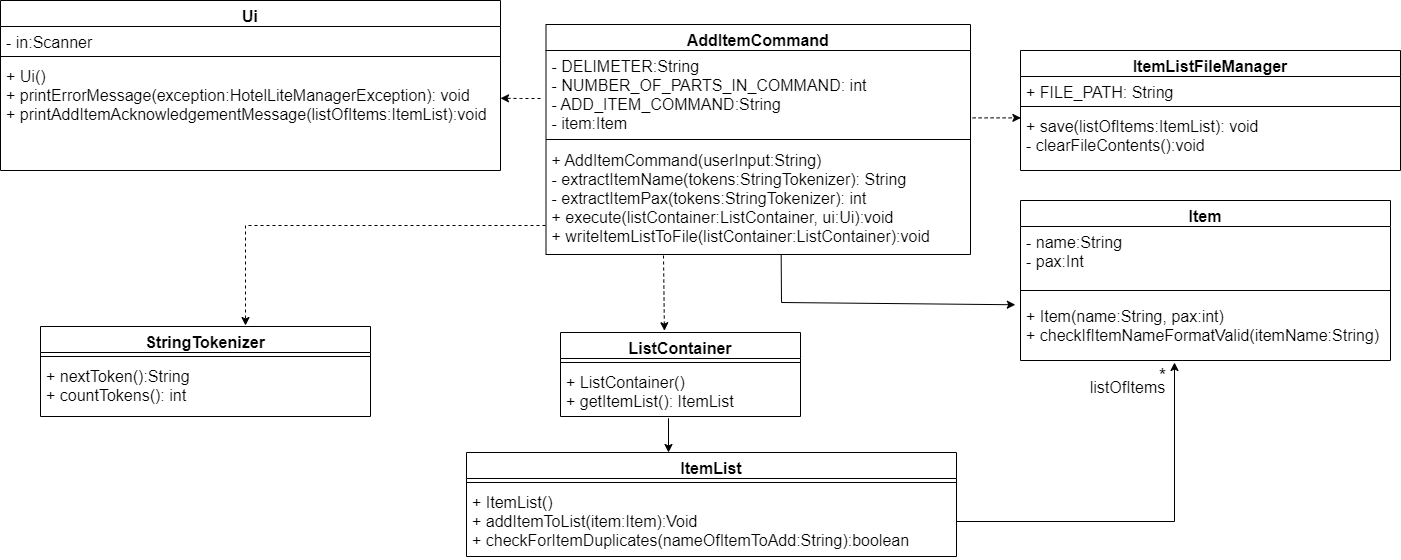
nus-cs2113-AY2122S2/tp keeps this draw.io diagram as docs/team/SiewYangZhi_addItemCommand/AddItemCommandClassDiagram.png. Above is the earlier version. Source tidied: cells renumbered, new cells last; positions are measured from the earlier drawing's top-left corner, leaving out a move shared by most shapes. The source it was exported from:
```xml
<mxGraphModel>
  <root>
    <mxCell id="0" />
    <mxCell id="1" parent="0" />
    <mxCell id="2" value="Item" style="swimlane;fontStyle=1;align=center;verticalAlign=top;horizontal=1;startSize=26;fontSize=16;" parent="1" vertex="1">
      <mxGeometry x="1020" y="200" width="370" height="160" as="geometry" />
    </mxCell>
    <mxCell id="3" value="- name:String&#10;- pax:Int" style="text;strokeColor=none;fillColor=none;align=left;verticalAlign=top;spacingLeft=4;spacingRight=4;overflow=hidden;fontSize=16;" parent="2" vertex="1">
      <mxGeometry y="26" width="370" height="54" as="geometry" />
    </mxCell>
    <mxCell id="4" style="line;strokeWidth=1;fillColor=none;align=left;verticalAlign=middle;spacingTop=-1;spacingLeft=3;spacingRight=3;labelPosition=right;fontSize=16;" parent="2" vertex="1">
      <mxGeometry y="80" width="370" height="20" as="geometry" />
    </mxCell>
    <mxCell id="5" value="+ Item(name:String, pax:int)&#10;+ checkIfItemNameFormatValid(itemName:String)&#10;&#10;" style="text;strokeColor=none;fillColor=none;align=left;verticalAlign=top;spacingLeft=4;spacingRight=4;overflow=hidden;points=[[0,0.5],[1,0.5]];portConstraint=eastwest;fontSize=16;" parent="2" vertex="1">
      <mxGeometry y="100" width="370" height="60" as="geometry" />
    </mxCell>
    <mxCell id="6" style="edgeStyle=orthogonalEdgeStyle;rounded=0;jettySize=auto;html=1;labelBackgroundColor=default;labelBorderColor=none;fontSize=16;exitX=1;exitY=0.5;exitDx=0;exitDy=0;" parent="1" edge="1" source="25">
      <mxGeometry relative="1" as="geometry">
        <mxPoint x="1174" y="362" as="targetPoint" />
        <Array as="points">
          <mxPoint x="1174" y="521" />
        </Array>
      </mxGeometry>
    </mxCell>
    <mxCell id="7" value="&lt;font style=&quot;font-size: 19px;&quot;&gt;*&lt;/font&gt;" style="edgeLabel;html=1;align=center;verticalAlign=middle;fontSize=19;" parent="6" vertex="1">
      <mxGeometry x="0.91" y="1" relative="1" as="geometry">
        <mxPoint x="-11" y="-3" as="offset" />
      </mxGeometry>
    </mxCell>
    <mxCell id="8" value="&lt;font style=&quot;font-size: 16px&quot;&gt;listOfItems&lt;/font&gt;" style="edgeLabel;html=1;align=center;verticalAlign=middle;fontSize=15;" parent="6" vertex="1">
      <mxGeometry x="0.9" relative="1" as="geometry">
        <mxPoint x="-47" y="6" as="offset" />
      </mxGeometry>
    </mxCell>
    <mxCell id="9" value="Ui" style="swimlane;fontStyle=1;align=center;verticalAlign=top;horizontal=1;startSize=26;fontSize=16;" parent="1" vertex="1">
      <mxGeometry width="500" height="170" as="geometry" />
    </mxCell>
    <mxCell id="10" value="- in:Scanner" style="text;strokeColor=none;fillColor=none;align=left;verticalAlign=top;spacingLeft=4;spacingRight=4;overflow=hidden;fontSize=16;" parent="9" vertex="1">
      <mxGeometry y="26" width="500" height="26" as="geometry" />
    </mxCell>
    <mxCell id="11" style="line;strokeWidth=1;fillColor=none;align=left;verticalAlign=middle;spacingTop=-1;spacingLeft=3;spacingRight=3;labelPosition=right;fontSize=16;" parent="9" vertex="1">
      <mxGeometry y="52" width="500" height="8" as="geometry" />
    </mxCell>
    <mxCell id="12" value="+ Ui()&#10;+ printErrorMessage(exception:HotelLiteManagerException): void&#10;+ printAddItemAcknowledgementMessage(listOfItems:ItemList):void&#10;" style="text;strokeColor=none;fillColor=none;align=left;verticalAlign=top;spacingLeft=4;spacingRight=4;overflow=hidden;points=[[0,0.5],[1,0.5]];portConstraint=eastwest;fontSize=16;whiteSpace=wrap;" parent="9" vertex="1">
      <mxGeometry y="60" width="500" height="110" as="geometry" />
    </mxCell>
    <mxCell id="13" style="edgeStyle=orthogonalEdgeStyle;rounded=0;jettySize=auto;html=1;entryX=1;entryY=0.343;entryDx=0;entryDy=0;entryPerimeter=0;labelBackgroundColor=default;labelBorderColor=none;fontSize=16;dashed=1;" parent="1" edge="1" target="12">
      <mxGeometry relative="1" as="geometry">
        <mxPoint x="540" y="98" as="sourcePoint" />
      </mxGeometry>
    </mxCell>
    <mxCell id="14" value="StringTokenizer" style="swimlane;fontStyle=1;align=center;verticalAlign=top;horizontal=1;startSize=26;fontSize=16;" parent="1" vertex="1">
      <mxGeometry x="40" y="326" width="330" height="90" as="geometry" />
    </mxCell>
    <mxCell id="15" style="line;strokeWidth=1;fillColor=none;align=left;verticalAlign=middle;spacingTop=-1;spacingLeft=3;spacingRight=3;labelPosition=right;fontSize=16;" parent="14" vertex="1">
      <mxGeometry y="26" width="330" height="8" as="geometry" />
    </mxCell>
    <mxCell id="16" value="+ nextToken():String&#10;+ countTokens(): int&#10;" style="text;strokeColor=none;fillColor=none;align=left;verticalAlign=top;spacingLeft=4;spacingRight=4;overflow=hidden;fontSize=16;" parent="14" vertex="1">
      <mxGeometry y="34" width="330" height="56" as="geometry" />
    </mxCell>
    <mxCell id="17" style="endArrow=classic;html=1;rounded=0;dashed=1;fontSize=16;" parent="1" edge="1">
      <mxGeometry relative="1" as="geometry">
        <mxPoint x="545" y="225" as="sourcePoint" />
        <mxPoint x="245" y="325" as="targetPoint" />
        <Array as="points">
          <mxPoint x="245" y="225" />
        </Array>
      </mxGeometry>
    </mxCell>
    <mxCell id="18" style="endArrow=classic;html=1;rounded=0;entryX=0.463;entryY=-0.005;entryDx=0;entryDy=0;entryPerimeter=0;exitX=0.463;exitY=1.103;exitDx=0;exitDy=0;exitPerimeter=0;fontSize=16;" parent="1" edge="1">
      <mxGeometry relative="1" as="geometry">
        <mxPoint x="684.9" y="452.7" as="sourcePoint" />
        <mxPoint x="684.9" y="451.6" as="targetPoint" />
      </mxGeometry>
    </mxCell>
    <mxCell id="19" value="AddItemCommand" style="swimlane;fontStyle=1;align=center;verticalAlign=top;horizontal=1;startSize=26;fontSize=16;" parent="1" vertex="1">
      <mxGeometry x="545.5" y="24" width="424.5" height="230" as="geometry" />
    </mxCell>
    <mxCell id="20" value="- DELIMETER:String&#10;- NUMBER_OF_PARTS_IN_COMMAND: int&#10;- ADD_ITEM_COMMAND:String&#10;- item:Item&#10;" style="text;strokeColor=none;fillColor=none;align=left;verticalAlign=top;spacingLeft=4;spacingRight=4;overflow=hidden;points=[[0,0.5],[1,0.5]];portConstraint=eastwest;fontSize=16;" parent="19" vertex="1">
      <mxGeometry y="26" width="424.5" height="84" as="geometry" />
    </mxCell>
    <mxCell id="21" style="line;strokeWidth=1;fillColor=none;align=left;verticalAlign=middle;spacingTop=-1;spacingLeft=3;spacingRight=3;labelPosition=right;fontSize=16;" parent="19" vertex="1">
      <mxGeometry y="110" width="424.5" height="10" as="geometry" />
    </mxCell>
    <mxCell id="22" value="+ AddItemCommand(userInput:String)&#10;- extractItemName(tokens:StringTokenizer): String&#10;- extractItemPax(tokens:StringTokenizer): int&#10;+ execute(listContainer:ListContainer, ui:Ui):void&#10;+ writeItemListToFile(listContainer:ListContainer):void" style="text;strokeColor=none;fillColor=none;align=left;verticalAlign=top;spacingLeft=4;spacingRight=4;overflow=hidden;points=[[0,0.5],[1,0.5]];portConstraint=eastwest;fontSize=16;" parent="19" vertex="1">
      <mxGeometry y="120" width="424.5" height="110" as="geometry" />
    </mxCell>
    <mxCell id="23" value="ItemList" style="swimlane;fontStyle=1;align=center;verticalAlign=top;horizontal=1;startSize=26;fontSize=16;" parent="1" vertex="1">
      <mxGeometry x="466" y="452" width="490" height="104" as="geometry" />
    </mxCell>
    <mxCell id="24" style="line;strokeWidth=1;fillColor=none;align=left;verticalAlign=middle;spacingTop=-1;spacingLeft=3;spacingRight=3;labelPosition=right;fontSize=16;" parent="23" vertex="1">
      <mxGeometry y="26" width="490" height="8" as="geometry" />
    </mxCell>
    <mxCell id="25" value="+ ItemList()&#10;+ addItemToList(item:Item):Void&#10;+ checkForItemDuplicates(nameOfItemToAdd:String):boolean&#10;&#10;" style="text;strokeColor=none;fillColor=none;align=left;verticalAlign=top;spacingLeft=4;spacingRight=4;overflow=hidden;points=[[0,0.5],[1,0.5]];portConstraint=eastwest;fontSize=16;" parent="23" vertex="1">
      <mxGeometry y="34" width="490" height="70" as="geometry" />
    </mxCell>
    <mxCell id="26" value="ListContainer" style="swimlane;fontStyle=1;align=center;verticalAlign=top;horizontal=1;startSize=26;fontSize=16;" parent="1" vertex="1">
      <mxGeometry x="560" y="332" width="240" height="84" as="geometry" />
    </mxCell>
    <mxCell id="27" style="line;strokeWidth=1;fillColor=none;align=left;verticalAlign=middle;spacingTop=-1;spacingLeft=3;spacingRight=3;labelPosition=right;fontSize=16;" parent="26" vertex="1">
      <mxGeometry y="26" width="240" height="8" as="geometry" />
    </mxCell>
    <mxCell id="28" value="+ ListContainer()&#10;+ getItemList(): ItemList&#10;&#10;&#10;" style="text;strokeColor=none;fillColor=none;align=left;verticalAlign=top;spacingLeft=4;spacingRight=4;overflow=hidden;fontSize=16;" parent="26" vertex="1">
      <mxGeometry y="34" width="240" height="50" as="geometry" />
    </mxCell>
    <mxCell id="29" style="endArrow=classic;html=1;rounded=0;fontSize=16;exitX=0.5;exitY=1.035;exitDx=0;exitDy=0;exitPerimeter=0;" parent="1" edge="1">
      <mxGeometry relative="1" as="geometry">
        <mxPoint x="668" y="417.8" as="sourcePoint" />
        <mxPoint x="668" y="452" as="targetPoint" />
      </mxGeometry>
    </mxCell>
    <mxCell id="30" style="endArrow=classic;html=1;rounded=0;fontSize=16;entryX=0.433;entryY=-0.021;entryDx=0;entryDy=0;entryPerimeter=0;dashed=1;" parent="1" edge="1" target="26">
      <mxGeometry relative="1" as="geometry">
        <mxPoint x="663" y="255" as="sourcePoint" />
      </mxGeometry>
    </mxCell>
    <mxCell id="31" style="endArrow=classic;html=1;rounded=0;fontSize=16;exitX=0.554;exitY=1.003;exitDx=0;exitDy=0;exitPerimeter=0;entryX=-0.014;entryY=0.071;entryDx=0;entryDy=0;entryPerimeter=0;" parent="1" edge="1" source="22" target="5">
      <mxGeometry relative="1" as="geometry">
        <Array as="points">
          <mxPoint x="781" y="302" />
        </Array>
      </mxGeometry>
    </mxCell>
    <mxCell id="32" value="ItemListFileManager" style="swimlane;fontStyle=1;align=center;verticalAlign=top;horizontal=1;startSize=26;fontSize=16;" parent="1" vertex="1">
      <mxGeometry x="1020" y="50" width="380" height="120" as="geometry" />
    </mxCell>
    <mxCell id="33" value="+ FILE_PATH: String" style="text;strokeColor=none;fillColor=none;align=left;verticalAlign=top;spacingLeft=4;spacingRight=4;overflow=hidden;fontSize=16;" parent="32" vertex="1">
      <mxGeometry y="26" width="380" height="26" as="geometry" />
    </mxCell>
    <mxCell id="34" style="line;strokeWidth=1;fillColor=none;align=left;verticalAlign=middle;spacingTop=-1;spacingLeft=3;spacingRight=3;labelPosition=right;fontSize=16;" parent="32" vertex="1">
      <mxGeometry y="52" width="380" height="8" as="geometry" />
    </mxCell>
    <mxCell id="35" value="+ save(listOfItems:ItemList): void&#10;- clearFileContents():void&#10;" style="text;strokeColor=none;fillColor=none;align=left;verticalAlign=top;spacingLeft=4;spacingRight=4;overflow=hidden;points=[[0,0.5],[1,0.5]];portConstraint=eastwest;fontSize=16;" parent="32" vertex="1">
      <mxGeometry y="60" width="380" height="60" as="geometry" />
    </mxCell>
    <mxCell id="36" style="endArrow=classic;html=1;rounded=0;fontSize=16;entryX=0.001;entryY=0.123;entryDx=0;entryDy=0;dashed=1;exitX=1.005;exitY=0.802;exitDx=0;exitDy=0;exitPerimeter=0;entryPerimeter=0;" parent="1" edge="1" source="20" target="35">
      <mxGeometry relative="1" as="geometry" />
    </mxCell>
  </root>
</mxGraphModel>
```
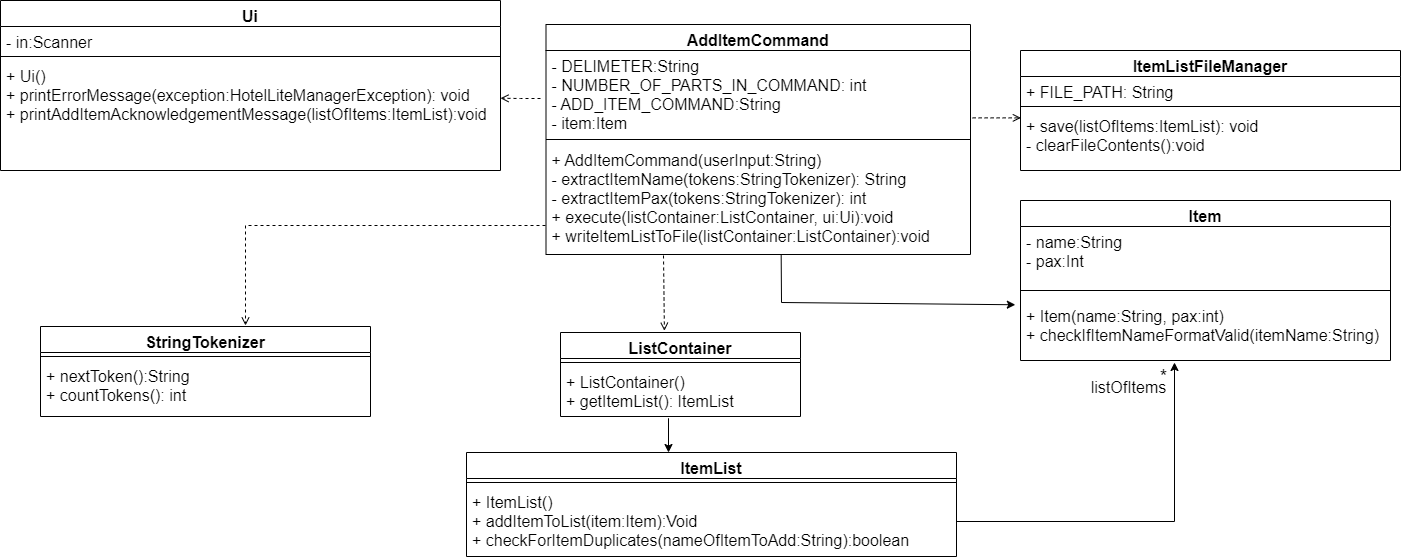
Above is the later version.

Commit message:
Update class diagram for item releate commands

Fixes #439

The edit, as a diff of the source:
```diff
@@ -44,7 +44,7 @@
     <mxCell id="12" value="+ Ui()&#10;+ printErrorMessage(exception:HotelLiteManagerException): void&#10;+ printAddItemAcknowledgementMessage(listOfItems:ItemList):void&#10;" style="text;strokeColor=none;fillColor=none;align=left;verticalAlign=top;spacingLeft=4;spacingRight=4;overflow=hidden;points=[[0,0.5],[1,0.5]];portConstraint=eastwest;fontSize=16;whiteSpace=wrap;" parent="9" vertex="1">
       <mxGeometry y="60" width="500" height="110" as="geometry" />
     </mxCell>
-    <mxCell id="13" style="edgeStyle=orthogonalEdgeStyle;rounded=0;jettySize=auto;html=1;entryX=1;entryY=0.343;entryDx=0;entryDy=0;entryPerimeter=0;labelBackgroundColor=default;labelBorderColor=none;fontSize=16;dashed=1;" parent="1" edge="1" target="12">
+    <mxCell id="13" style="edgeStyle=orthogonalEdgeStyle;rounded=0;jettySize=auto;html=1;entryX=1;entryY=0.343;entryDx=0;entryDy=0;entryPerimeter=0;labelBackgroundColor=default;labelBorderColor=none;fontSize=16;dashed=1;endArrow=open;endFill=0;" parent="1" edge="1" target="12">
       <mxGeometry relative="1" as="geometry">
         <mxPoint x="540" y="98" as="sourcePoint" />
       </mxGeometry>
@@ -58,7 +58,7 @@
     <mxCell id="16" value="+ nextToken():String&#10;+ countTokens(): int&#10;" style="text;strokeColor=none;fillColor=none;align=left;verticalAlign=top;spacingLeft=4;spacingRight=4;overflow=hidden;fontSize=16;" parent="14" vertex="1">
       <mxGeometry y="34" width="330" height="56" as="geometry" />
     </mxCell>
-    <mxCell id="17" style="endArrow=classic;html=1;rounded=0;dashed=1;fontSize=16;" parent="1" edge="1">
+    <mxCell id="17" style="endArrow=open;html=1;rounded=0;dashed=1;fontSize=16;endFill=0;" parent="1" edge="1">
       <mxGeometry relative="1" as="geometry">
         <mxPoint x="545" y="225" as="sourcePoint" />
         <mxPoint x="245" y="325" as="targetPoint" />
@@ -109,7 +109,7 @@
         <mxPoint x="668" y="452" as="targetPoint" />
       </mxGeometry>
     </mxCell>
-    <mxCell id="30" style="endArrow=classic;html=1;rounded=0;fontSize=16;entryX=0.433;entryY=-0.021;entryDx=0;entryDy=0;entryPerimeter=0;dashed=1;" parent="1" edge="1" target="26">
+    <mxCell id="30" style="endArrow=open;html=1;rounded=0;fontSize=16;entryX=0.433;entryY=-0.021;entryDx=0;entryDy=0;entryPerimeter=0;dashed=1;endFill=0;" parent="1" edge="1" target="26">
       <mxGeometry relative="1" as="geometry">
         <mxPoint x="663" y="255" as="sourcePoint" />
       </mxGeometry>
@@ -133,7 +133,7 @@
     <mxCell id="35" value="+ save(listOfItems:ItemList): void&#10;- clearFileContents():void&#10;" style="text;strokeColor=none;fillColor=none;align=left;verticalAlign=top;spacingLeft=4;spacingRight=4;overflow=hidden;points=[[0,0.5],[1,0.5]];portConstraint=eastwest;fontSize=16;" parent="32" vertex="1">
       <mxGeometry y="60" width="380" height="60" as="geometry" />
     </mxCell>
-    <mxCell id="36" style="endArrow=classic;html=1;rounded=0;fontSize=16;entryX=0.001;entryY=0.123;entryDx=0;entryDy=0;dashed=1;exitX=1.005;exitY=0.802;exitDx=0;exitDy=0;exitPerimeter=0;entryPerimeter=0;" parent="1" edge="1" source="20" target="35">
+    <mxCell id="36" style="endArrow=open;html=1;rounded=0;fontSize=16;entryX=0.001;entryY=0.123;entryDx=0;entryDy=0;dashed=1;exitX=1.005;exitY=0.802;exitDx=0;exitDy=0;exitPerimeter=0;entryPerimeter=0;endFill=0;" parent="1" edge="1" source="20" target="35">
       <mxGeometry relative="1" as="geometry" />
     </mxCell>
   </root>
```
